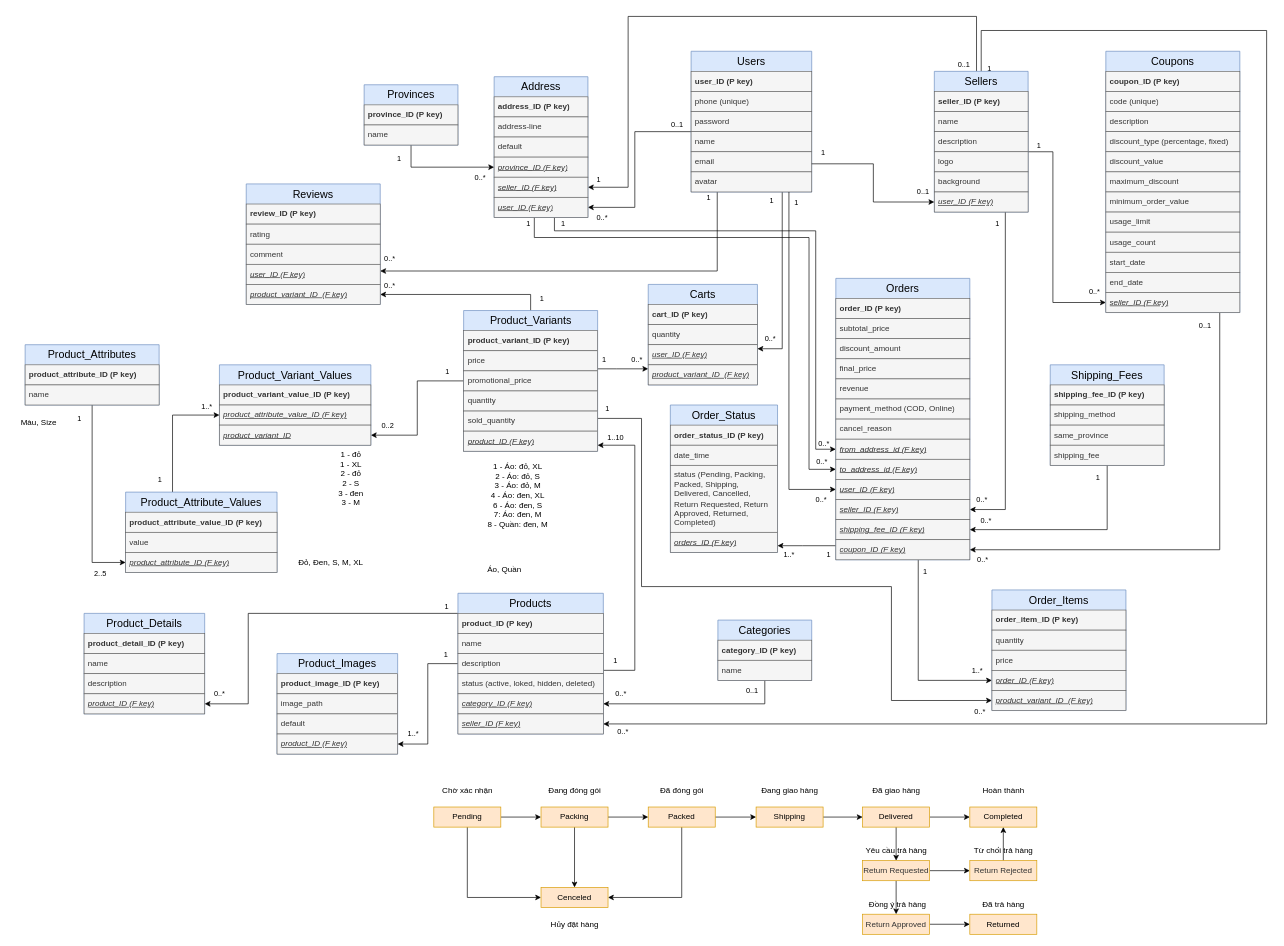
The draw.io diagram document/database.drawio in thanhba0505/shoplands, before the edit. Source tidied: cells renumbered, new cells numbered last; positions are measured from the earlier drawing's top-left corner, leaving out a move shared by most shapes. Both pictures are drawn from the tidied source at 67%, with x=0, y=0 at pixel (11, 16).
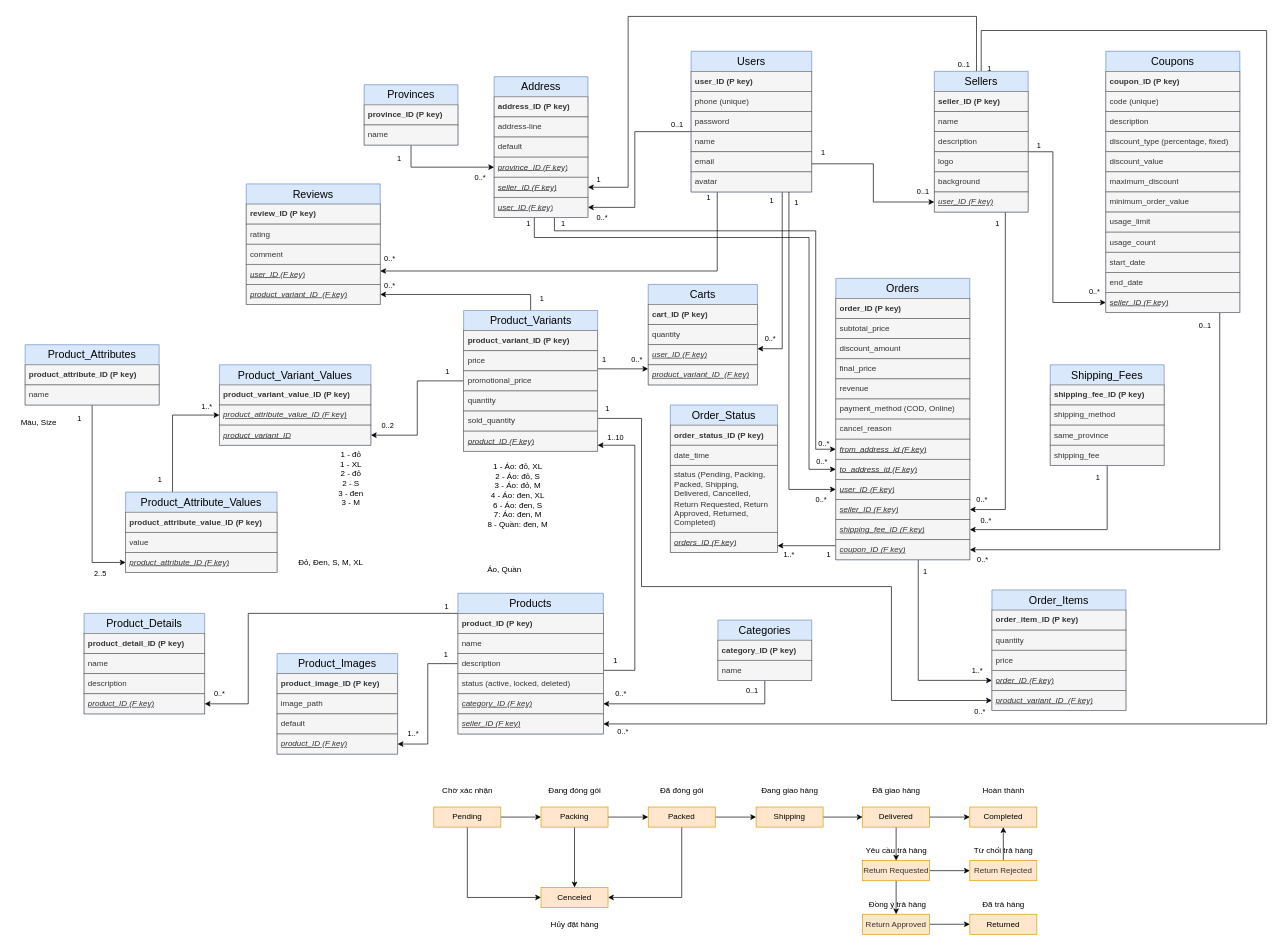
Above is the later version.

The change refers to these unchanged cells:
```xml
<mxCell id="164" value="Products" style="swimlane;fontStyle=0;horizontal=1;startSize=30;whiteSpace=wrap;html=1;fillColor=#dae8fc;strokeColor=#6c8ebf;fontSize=16;swimlaneLine=0;" parent="1" vertex="1">
  <mxGeometry x="666" y="861" width="217" height="210" as="geometry" />
</mxCell>
```

What changed in the source:
```diff
@@
-    <mxCell id="168" value="status (active, loked, hidden, deleted)" style="text;strokeColor=#666666;fillColor=#f5f5f5;align=left;verticalAlign=middle;spacingLeft=4;spacingRight=4;overflow=hidden;whiteSpace=wrap;html=1;fontColor=#333333;swimlaneLine=0;" parent="164" vertex="1">
+    <mxCell id="168" value="status (active, locked, deleted)" style="text;strokeColor=#666666;fillColor=#f5f5f5;align=left;verticalAlign=middle;spacingLeft=4;spacingRight=4;overflow=hidden;whiteSpace=wrap;html=1;fontColor=#333333;swimlaneLine=0;" parent="164" vertex="1">
       <mxGeometry y="120" width="217" height="30" as="geometry" />
     </mxCell>
```
